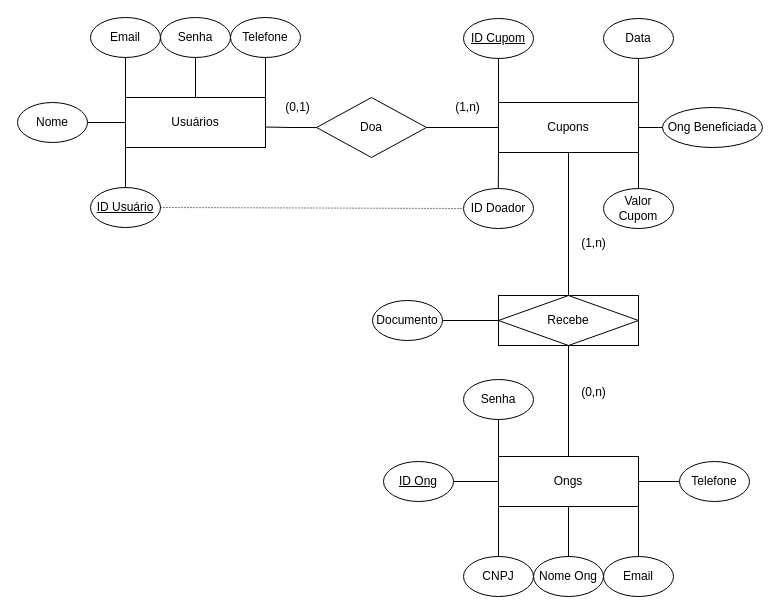
The draw.io diagram src/Backend/der_banco_de_dados.drawio in 2024-1-NADS2/Projeto1, before the edit. Source tidied: cells renumbered, new cells numbered last; positions are measured from the earlier drawing's top-left corner, leaving out a move shared by most shapes. Both pictures are drawn from the tidied source at 100%, with x=0, y=0 at pixel (17, 17).
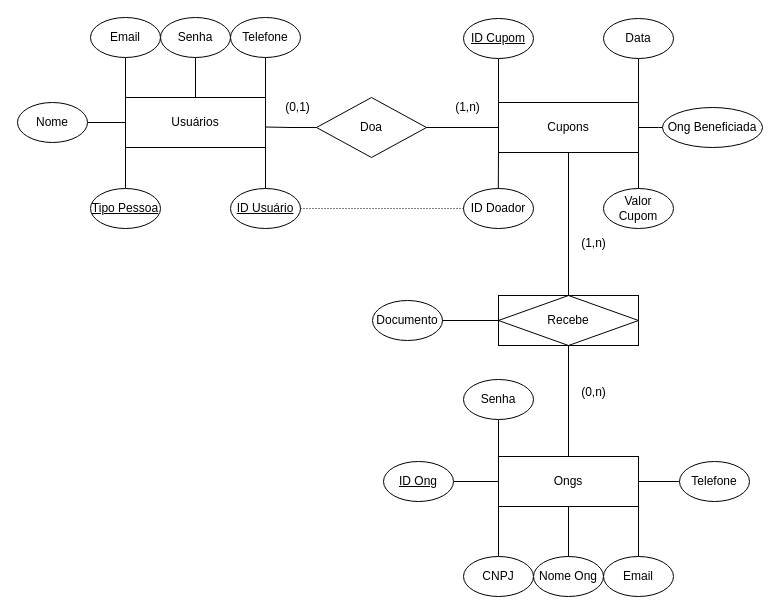
After the change.

The change refers to these unchanged cells:
```xml
<mxCell id="3" value="Usuários" style="whiteSpace=wrap;html=1;align=center;" parent="1" vertex="1">
  <mxGeometry x="108" y="80" width="140" height="50" as="geometry" />
</mxCell>
```

What changed in the source:
```diff
@@
-    <mxCell id="23" style="edgeStyle=orthogonalEdgeStyle;rounded=0;jettySize=auto;html=1;entryX=0;entryY=1;entryDx=0;entryDy=0;endArrow=none;endFill=0;" parent="1" edge="1" source="24" target="3">
+    <mxCell id="23" style="edgeStyle=orthogonalEdgeStyle;rounded=0;jettySize=auto;html=1;entryX=1;entryY=1;entryDx=0;entryDy=0;endArrow=none;endFill=0;" parent="1" edge="1" source="24" target="3">
       <mxGeometry relative="1" as="geometry" />
     </mxCell>
     <mxCell id="24" value="ID Usuário" style="ellipse;whiteSpace=wrap;html=1;align=center;fontStyle=4;" parent="1" vertex="1">
-      <mxGeometry x="73" y="170" width="70" height="40" as="geometry" />
+      <mxGeometry x="213" y="171" width="70" height="40" as="geometry" />
     </mxCell>
@@
+    <mxCell id="50" style="edgeStyle=orthogonalEdgeStyle;rounded=0;jettySize=auto;html=1;entryX=0;entryY=1;entryDx=0;entryDy=0;endArrow=none;endFill=0;" parent="1" edge="1" source="51" target="3">
+      <mxGeometry relative="1" as="geometry" />
+    </mxCell>
+    <mxCell id="51" value="Tipo Pessoa" style="ellipse;whiteSpace=wrap;html=1;align=center;fontStyle=4;" parent="1" vertex="1">
+      <mxGeometry x="73" y="171" width="70" height="40" as="geometry" />
+    </mxCell>
```
